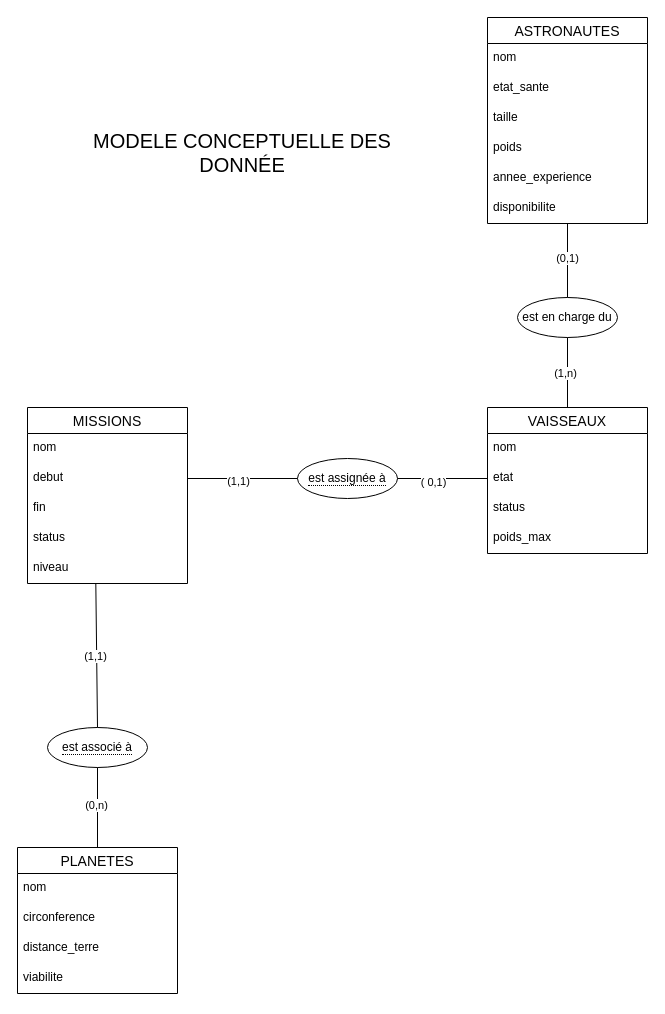
josoa-ramaroson/SAYNA-SQLPHP-SPACEODYSSEY keeps this draw.io diagram as conception/MCD.drawio. Above is the earlier version. Source tidied: cells renumbered, new cells numbered last; positions are measured from the earlier drawing's top-left corner, leaving out a move shared by most shapes. Both pictures are drawn from the tidied source at 100%, with x=0, y=0 at pixel (17, 17).
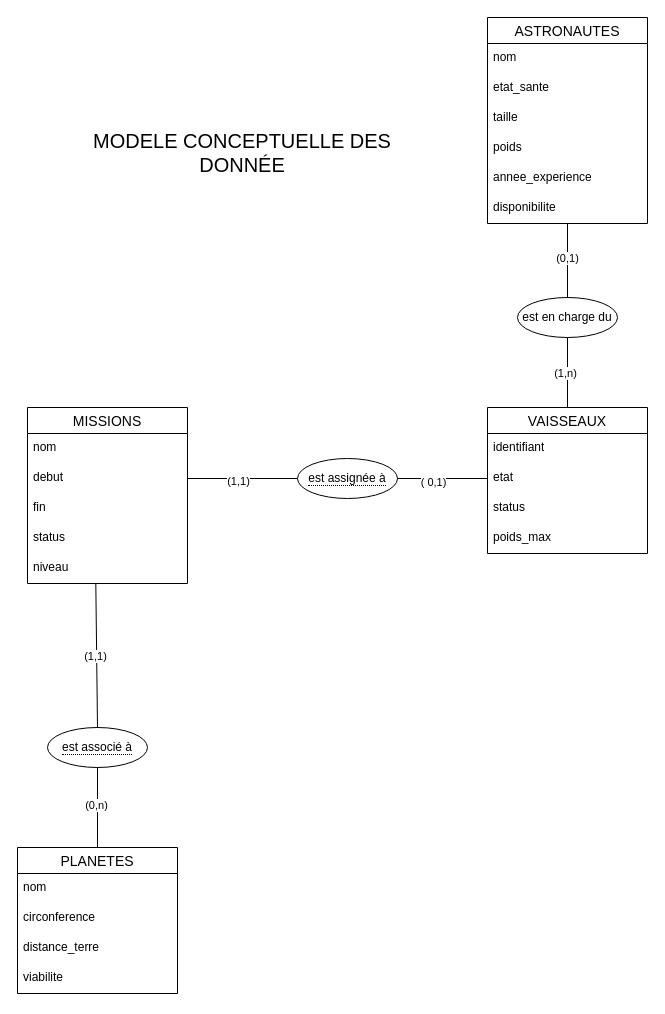
The same diagram, later.

Commit message (it also covers changes not shown here):
correctif diagramme

The change refers to these unchanged cells:
```xml
<mxCell id="20" value="VAISSEAUX" style="swimlane;fontStyle=0;horizontal=1;startSize=26;align=center;fontSize=14;" parent="1" vertex="1">
  <mxGeometry x="470" y="390" width="160" height="146" as="geometry" />
</mxCell>
```

The edit, as a diff of the source:
```diff
@@
-    <mxCell id="21" value="nom" style="text;strokeColor=none;fillColor=none;spacingLeft=4;spacingRight=4;overflow=hidden;fontSize=12;whiteSpace=wrap;html=1;" parent="20" vertex="1">
+    <mxCell id="21" value="identifiant" style="text;strokeColor=none;fillColor=none;spacingLeft=4;spacingRight=4;overflow=hidden;fontSize=12;whiteSpace=wrap;html=1;" parent="20" vertex="1">
       <mxGeometry y="26" width="160" height="30" as="geometry" />
     </mxCell>
```
